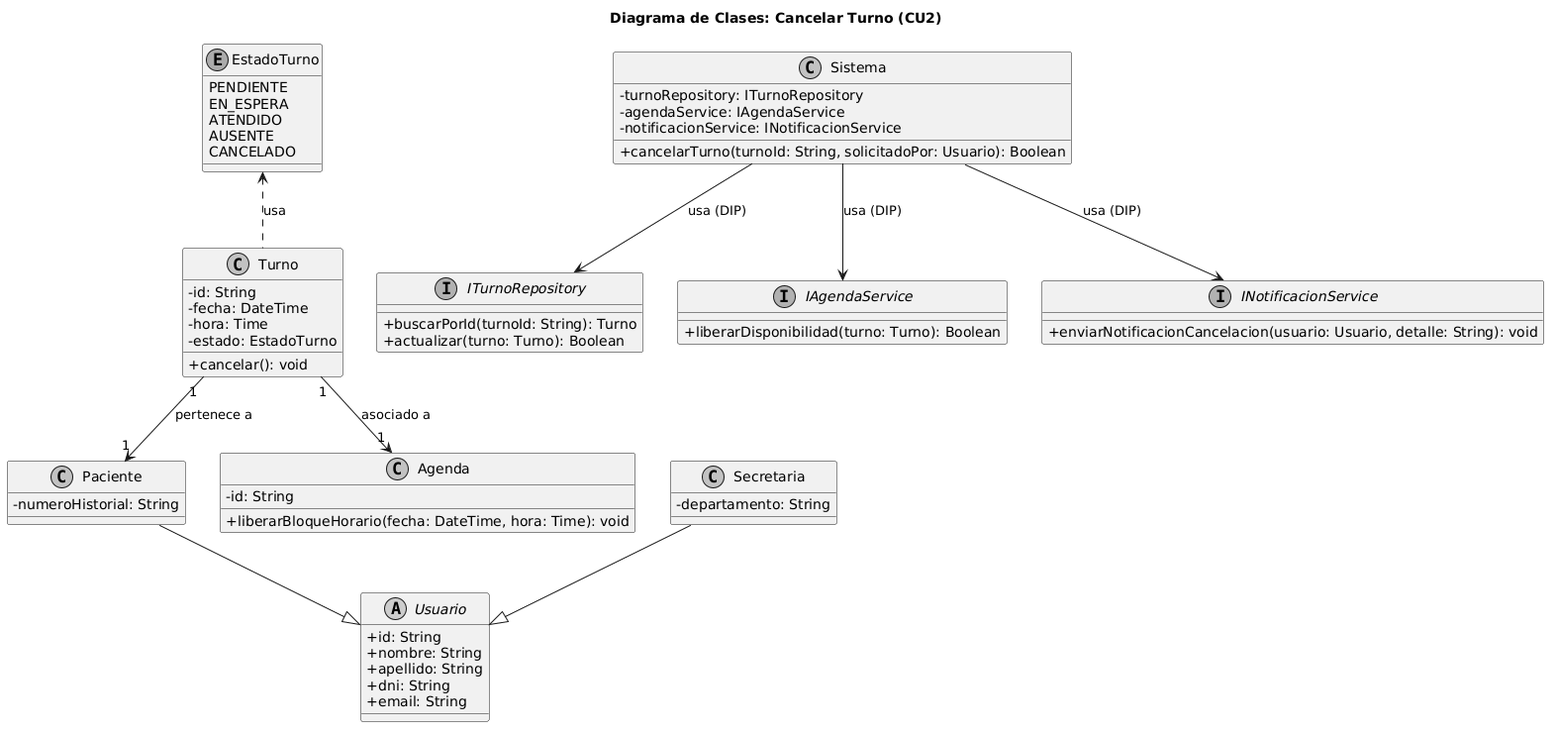
Above: diagramas/01-diagrama-clases/02-clases-cancelar-turno-02.png in FacundoGuiraldes/SistemaTurnosMedicos (PlantUML), before the change. Source of this version:
```plantuml
@startuml
title Diagrama de Clases: Cancelar Turno (CU2)

skinparam classAttributeIconSize 0
skinparam monochrome true

abstract class Usuario {
    +id: String
    +nombre: String
    +apellido: String
    +dni: String
    +email: String
}

class Paciente {
    -numeroHistorial: String
}

class Secretaria {
    -departamento: String
}

class Turno {
    -id: String
    -fecha: DateTime
    -hora: Time
    -estado: EstadoTurno
    +cancelar(): void
}

class Agenda {
    -id: String
    +liberarBloqueHorario(fecha: DateTime, hora: Time): void
}

enum EstadoTurno {
    PENDIENTE
    EN_ESPERA
    ATENDIDO
    AUSENTE
    CANCELADO
}

interface ITurnoRepository {
    +buscarPorId(turnoId: String): Turno
    +actualizar(turno: Turno): Boolean
}

interface IAgendaService {
    +liberarDisponibilidad(turno: Turno): Boolean
}

interface INotificacionService {
    +enviarNotificacionCancelacion(usuario: Usuario, detalle: String): void
}

class Sistema {
    -turnoRepository: ITurnoRepository
    -agendaService: IAgendaService
    -notificacionService: INotificacionService
    +cancelarTurno(turnoId: String, solicitadoPor: Usuario): Boolean
}

Paciente --|> Usuario
Secretaria --|> Usuario
Turno "1" --> "1" Paciente : pertenece a
Turno "1" --> "1" Agenda : asociado a
Turno .up.> EstadoTurno : usa

Sistema --> ITurnoRepository : usa (DIP)
Sistema --> IAgendaService : usa (DIP)
Sistema --> INotificacionService : usa (DIP)
@enduml
```
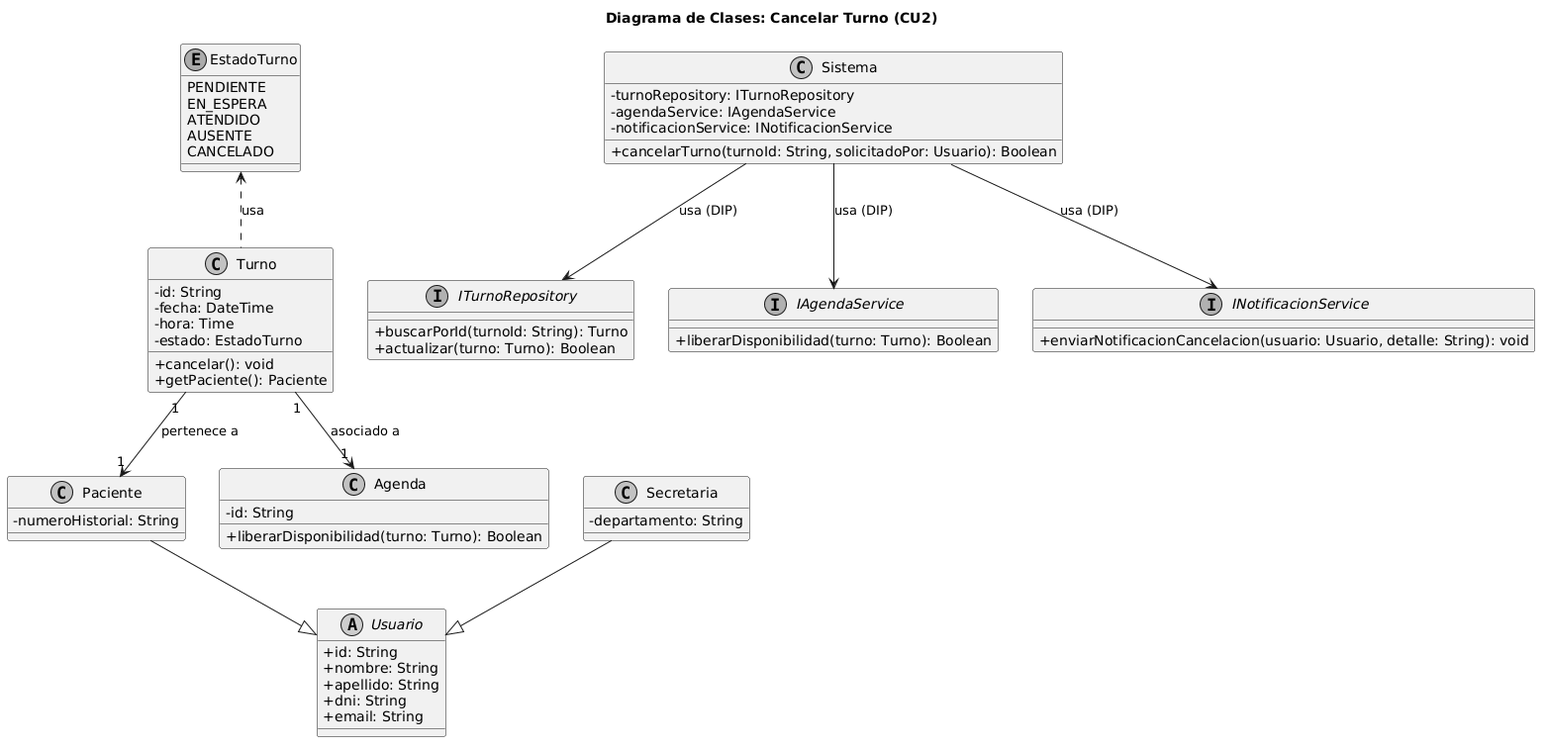
Above is the later version.

Diff of the diagram source:
```diff
@@ -26,11 +26,12 @@
     -hora: Time
     -estado: EstadoTurno
     +cancelar(): void
+    +getPaciente(): Paciente
 }
 
 class Agenda {
     -id: String
-    +liberarBloqueHorario(fecha: DateTime, hora: Time): void
+    +liberarDisponibilidad(turno: Turno): Boolean
 }
 
 enum EstadoTurno {
```
